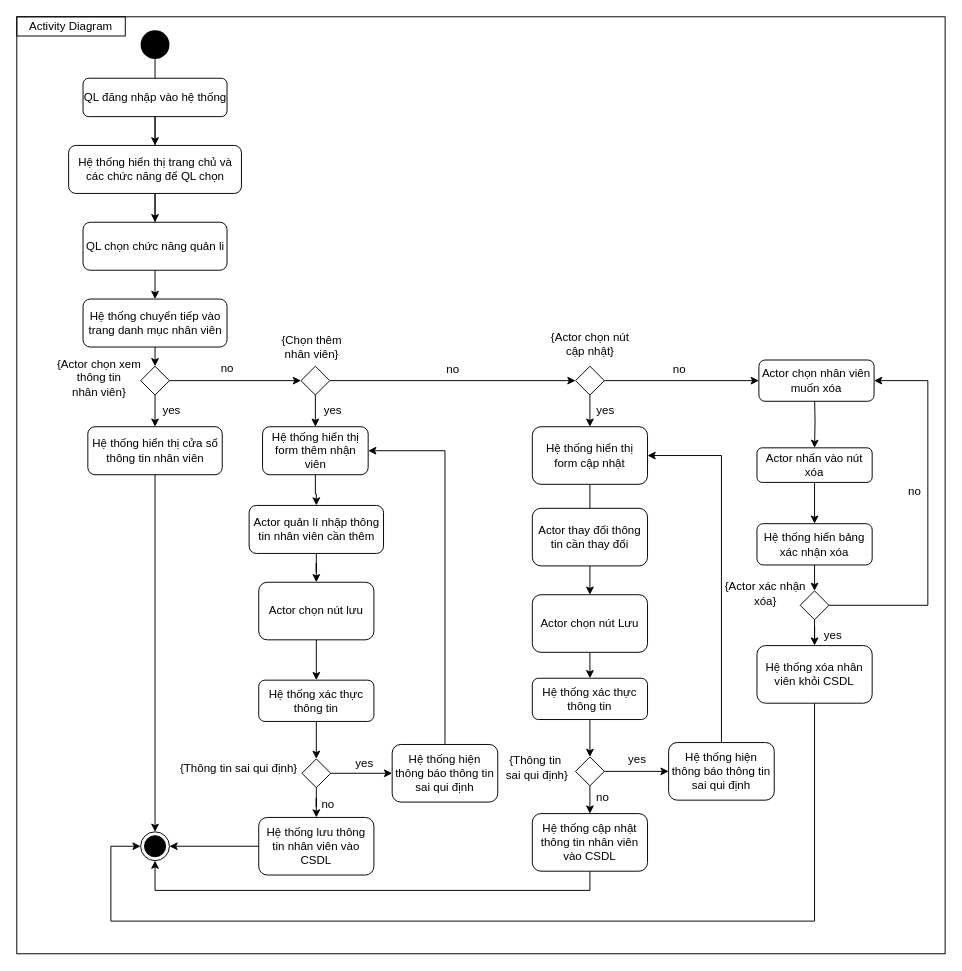
Earlier version of the draw.io diagram Thiết kế/Activity/Quản lí nhân viên.drawio (CNPM-Team-1/CNPM). Source tidied: cells renumbered, new cells numbered last; positions are measured from the earlier drawing's top-left corner, leaving out a move shared by most shapes. Both pictures are drawn from the tidied source at 96%, with x=0, y=0 at pixel (16, 16).
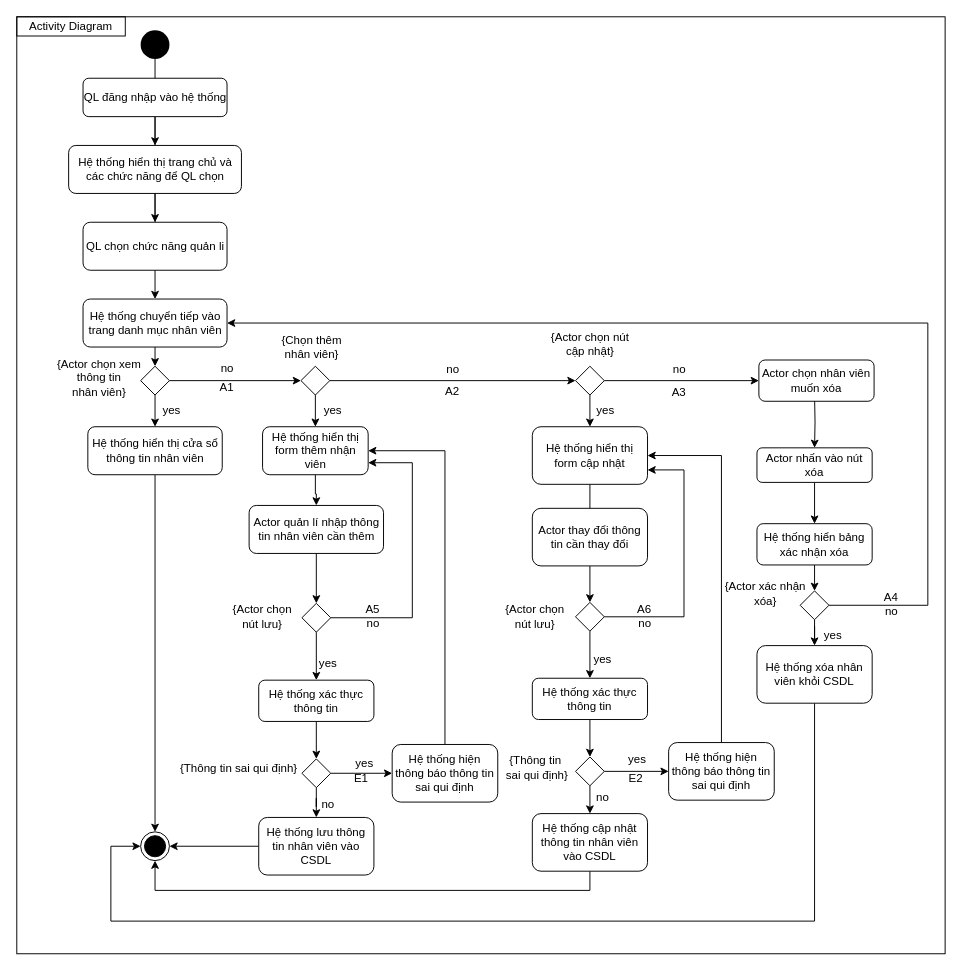
The same page after the edit.

Commit message (it also covers changes not shown here):
Update Usecase Format, Activity QLNV + Chấm công

The change refers to these unchanged cells:
```xml
<mxCell id="11" value="Hệ thống chuyển tiếp vào &lt;br&gt;trang danh mục nhân viên" style="html=1;rounded=1;" parent="1" vertex="1">
  <mxGeometry x="69" y="294" width="150" height="50" as="geometry" />
</mxCell>
<mxCell id="23" value="Hệ thống hiển thị&lt;br&gt;form thêm nhận &lt;br&gt;viên" style="html=1;rounded=1;" parent="1" vertex="1">
  <mxGeometry x="256" y="427" width="110" height="50" as="geometry" />
</mxCell>
<mxCell id="25" value="Actor quản lí nhập thông&lt;br&gt;tin nhân viên cần thêm" style="html=1;rounded=1;" parent="1" vertex="1">
  <mxGeometry x="242" y="509" width="140" height="50" as="geometry" />
</mxCell>
<mxCell id="37" value="Hệ thống hiển thị form cập nhật" style="whiteSpace=wrap;html=1;glass=0;rounded=1;" parent="1" vertex="1">
  <mxGeometry x="537" y="427" width="120" height="60" as="geometry" />
</mxCell>
<mxCell id="45" value="Hệ thống xác thực thông tin" style="rounded=1;whiteSpace=wrap;html=1;glass=0;strokeColor=#000000;fillColor=#ffffff;gradientColor=none;" parent="1" vertex="1">
  <mxGeometry x="252" y="691" width="120" height="43" as="geometry" />
</mxCell>
<mxCell id="58" value="Hệ thống xác thực thông tin" style="rounded=1;whiteSpace=wrap;html=1;glass=0;strokeColor=#000000;fillColor=#ffffff;gradientColor=none;" parent="1" vertex="1">
  <mxGeometry x="537" y="689" width="120" height="43" as="geometry" />
</mxCell>
<mxCell id="72" style="rhombus;rounded=0;glass=0;strokeColor=#000000;fillColor=#ffffff;gradientColor=none;" parent="1" vertex="1">
  <mxGeometry x="816" y="598" width="30" height="30" as="geometry" />
</mxCell>
<mxCell id="77" value="Actor chọn nhân viên muốn xóa" style="rounded=1;whiteSpace=wrap;html=1;glass=0;strokeColor=#000000;fillColor=#ffffff;gradientColor=none;" parent="1" vertex="1">
  <mxGeometry x="773" y="357.5" width="120" height="43" as="geometry" />
</mxCell>
```

Change to the diagram source:
```diff
@@
-    <mxCell id="24" style="edgeStyle=orthogonalEdgeStyle;rounded=0;jettySize=auto;html=1;" parent="1" edge="1" source="25" target="27">
+    <mxCell id="24" style="edgeStyle=orthogonalEdgeStyle;rounded=0;jettySize=auto;html=1;entryX=0.5;entryY=0;entryDx=0;entryDy=0;" parent="1" edge="1" source="25" target="84">
       <mxGeometry relative="1" as="geometry" />
     </mxCell>
@@
-    <mxCell id="26" style="edgeStyle=orthogonalEdgeStyle;rounded=0;jettySize=auto;html=1;" parent="1" edge="1" source="27" target="45">
+    <mxCell id="26" style="edgeStyle=orthogonalEdgeStyle;rounded=0;jettySize=auto;html=1;exitX=0.5;exitY=1;exitDx=0;exitDy=0;" parent="1" edge="1" source="84" target="45">
       <mxGeometry relative="1" as="geometry" />
     </mxCell>
-    <mxCell id="27" value="Actor chọn nút lưu" style="whiteSpace=wrap;html=1;rounded=1;" parent="1" vertex="1">
-      <mxGeometry x="252" y="589" width="120" height="60" as="geometry" />
-    </mxCell>
@@
-    <mxCell id="36" style="edgeStyle=orthogonalEdgeStyle;rounded=0;jettySize=auto;html=1;" parent="1" edge="1" source="37" target="40">
+    <mxCell id="36" style="edgeStyle=orthogonalEdgeStyle;rounded=0;jettySize=auto;html=1;entryX=0.5;entryY=0;entryDx=0;entryDy=0;" parent="1" edge="1" source="37" target="89">
       <mxGeometry relative="1" as="geometry" />
     </mxCell>
@@
-    <mxCell id="39" style="edgeStyle=orthogonalEdgeStyle;rounded=0;jettySize=auto;html=1;exitX=0.5;exitY=1;exitDx=0;exitDy=0;entryX=0.5;entryY=0;entryDx=0;entryDy=0;" parent="1" edge="1" source="40" target="58">
+    <mxCell id="39" style="edgeStyle=orthogonalEdgeStyle;rounded=0;jettySize=auto;html=1;exitX=0.5;exitY=1;exitDx=0;exitDy=0;entryX=0.5;entryY=0;entryDx=0;entryDy=0;" parent="1" edge="1" source="89" target="58">
       <mxGeometry relative="1" as="geometry" />
     </mxCell>
-    <mxCell id="40" value="Actor chọn nút Lưu" style="whiteSpace=wrap;html=1;rounded=1;" parent="1" vertex="1">
-      <mxGeometry x="537" y="602" width="120" height="60" as="geometry" />
-    </mxCell>
@@
-    <mxCell id="71" style="edgeStyle=orthogonalEdgeStyle;rounded=0;jettySize=auto;html=1;exitX=1;exitY=0.5;exitDx=0;exitDy=0;entryX=1;entryY=0.5;entryDx=0;entryDy=0;" parent="1" edge="1" source="72" target="77">
+    <mxCell id="71" style="edgeStyle=orthogonalEdgeStyle;rounded=0;jettySize=auto;html=1;exitX=1;exitY=0.5;exitDx=0;exitDy=0;entryX=1;entryY=0.5;entryDx=0;entryDy=0;" parent="1" edge="1" source="72" target="11">
       <mxGeometry relative="1" as="geometry">
         <Array as="points">
           <mxPoint x="949" y="613" />
-          <mxPoint x="949" y="379" />
+          <mxPoint x="949" y="319" />
         </Array>
       </mxGeometry>
     </mxCell>
@@
     <mxCell id="81" value="no" style="text;html=1;align=center;verticalAlign=middle;" parent="1" vertex="1">
-      <mxGeometry x="920" y="485" width="30" height="20" as="geometry" />
+      <mxGeometry x="896" y="610" width="30" height="20" as="geometry" />
     </mxCell>
@@
+    <mxCell id="83" style="edgeStyle=orthogonalEdgeStyle;rounded=0;jettySize=auto;html=1;exitX=1;exitY=0.5;exitDx=0;exitDy=0;entryX=1;entryY=0.75;entryDx=0;entryDy=0;" parent="1" edge="1" source="84" target="23">
+      <mxGeometry relative="1" as="geometry">
+        <Array as="points">
+          <mxPoint x="412" y="626" />
+          <mxPoint x="412" y="465" />
+        </Array>
+      </mxGeometry>
+    </mxCell>
+    <mxCell id="84" style="rhombus;" parent="1" vertex="1">
+      <mxGeometry x="297" y="611" width="30" height="30" as="geometry" />
+    </mxCell>
+    <mxCell id="85" value="{Actor chọn nút lưu}" style="text;html=1;strokeColor=none;fillColor=none;align=center;verticalAlign=middle;whiteSpace=wrap;rounded=0;" parent="1" vertex="1">
+      <mxGeometry x="219" y="615" width="74" height="20" as="geometry" />
+    </mxCell>
+    <mxCell id="86" value="yes" style="text;html=1;align=center;verticalAlign=middle;" parent="1" vertex="1">
+      <mxGeometry x="309" y="664" width="30" height="20" as="geometry" />
+    </mxCell>
+    <mxCell id="87" value="no" style="text;html=1;align=center;verticalAlign=middle;" parent="1" vertex="1">
+      <mxGeometry x="356" y="622" width="30" height="20" as="geometry" />
+    </mxCell>
+    <mxCell id="88" style="edgeStyle=orthogonalEdgeStyle;rounded=0;jettySize=auto;html=1;exitX=1;exitY=0.5;exitDx=0;exitDy=0;entryX=1;entryY=0.75;entryDx=0;entryDy=0;" parent="1" edge="1" source="89" target="37">
+      <mxGeometry relative="1" as="geometry">
+        <Array as="points">
+          <mxPoint x="695" y="625" />
+          <mxPoint x="695" y="472" />
+        </Array>
+      </mxGeometry>
+    </mxCell>
+    <mxCell id="89" style="rhombus;" parent="1" vertex="1">
+      <mxGeometry x="582" y="610" width="30" height="30" as="geometry" />
+    </mxCell>
+    <mxCell id="90" value="{Actor chọn nút lưu}" style="text;html=1;strokeColor=none;fillColor=none;align=center;verticalAlign=middle;whiteSpace=wrap;rounded=0;" parent="1" vertex="1">
+      <mxGeometry x="503" y="615" width="74" height="20" as="geometry" />
+    </mxCell>
+    <mxCell id="91" value="no" style="text;html=1;align=center;verticalAlign=middle;" parent="1" vertex="1">
+      <mxGeometry x="639" y="622" width="30" height="20" as="geometry" />
+    </mxCell>
+    <mxCell id="92" value="yes" style="text;html=1;align=center;verticalAlign=middle;" parent="1" vertex="1">
+      <mxGeometry x="595" y="660" width="30" height="20" as="geometry" />
+    </mxCell>
+    <mxCell id="93" value="A1" style="text;html=1;strokeColor=none;fillColor=none;align=center;verticalAlign=middle;whiteSpace=wrap;rounded=0;" parent="1" vertex="1">
+      <mxGeometry x="199" y="376" width="40" height="20" as="geometry" />
+    </mxCell>
+    <mxCell id="94" value="A2" style="text;html=1;strokeColor=none;fillColor=none;align=center;verticalAlign=middle;whiteSpace=wrap;rounded=0;" parent="1" vertex="1">
+      <mxGeometry x="434" y="380" width="40" height="20" as="geometry" />
+    </mxCell>
+    <mxCell id="95" value="A3" style="text;html=1;strokeColor=none;fillColor=none;align=center;verticalAlign=middle;whiteSpace=wrap;rounded=0;" parent="1" vertex="1">
+      <mxGeometry x="670" y="380.5" width="40" height="20" as="geometry" />
+    </mxCell>
+    <mxCell id="96" value="A4" style="text;html=1;strokeColor=none;fillColor=none;align=center;verticalAlign=middle;whiteSpace=wrap;rounded=0;" parent="1" vertex="1">
+      <mxGeometry x="891" y="595" width="40" height="20" as="geometry" />
+    </mxCell>
+    <mxCell id="97" value="A5" style="text;html=1;strokeColor=none;fillColor=none;align=center;verticalAlign=middle;whiteSpace=wrap;rounded=0;" parent="1" vertex="1">
+      <mxGeometry x="351" y="608" width="40" height="20" as="geometry" />
+    </mxCell>
+    <mxCell id="98" value="A6" style="text;html=1;strokeColor=none;fillColor=none;align=center;verticalAlign=middle;whiteSpace=wrap;rounded=0;" parent="1" vertex="1">
+      <mxGeometry x="634" y="608" width="40" height="20" as="geometry" />
+    </mxCell>
+    <mxCell id="99" value="E1" style="text;html=1;strokeColor=none;fillColor=none;align=center;verticalAlign=middle;whiteSpace=wrap;rounded=0;" parent="1" vertex="1">
+      <mxGeometry x="339" y="783.5" width="40" height="20" as="geometry" />
+    </mxCell>
+    <mxCell id="100" value="E2" style="text;html=1;strokeColor=none;fillColor=none;align=center;verticalAlign=middle;whiteSpace=wrap;rounded=0;" parent="1" vertex="1">
+      <mxGeometry x="625" y="783.5" width="40" height="20" as="geometry" />
+    </mxCell>
```
